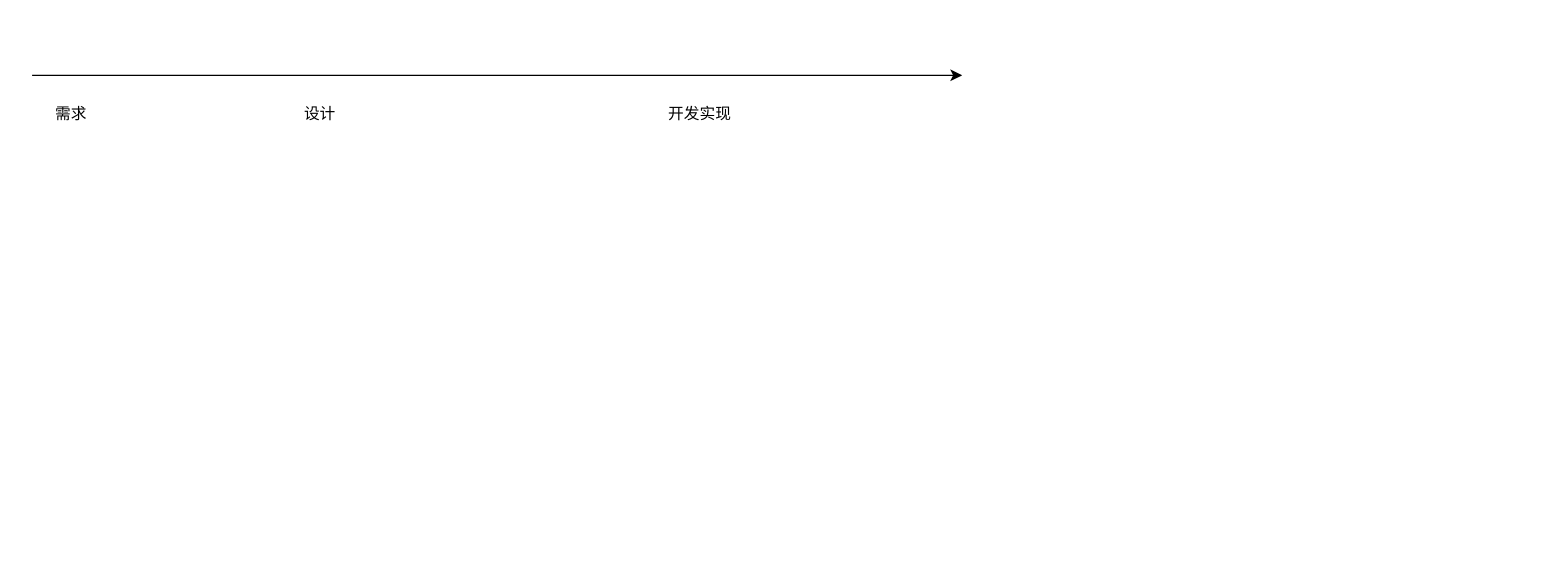
Earlier version of the draw.io diagram 开发设计流程.drawio (qozi/diagram). Source tidied: cells renumbered, new cells numbered last; positions are measured from the earlier drawing's top-left corner, leaving out a move shared by most shapes. Both pictures are drawn from the tidied source at 131%, with x=0, y=0 at pixel (31, 75).
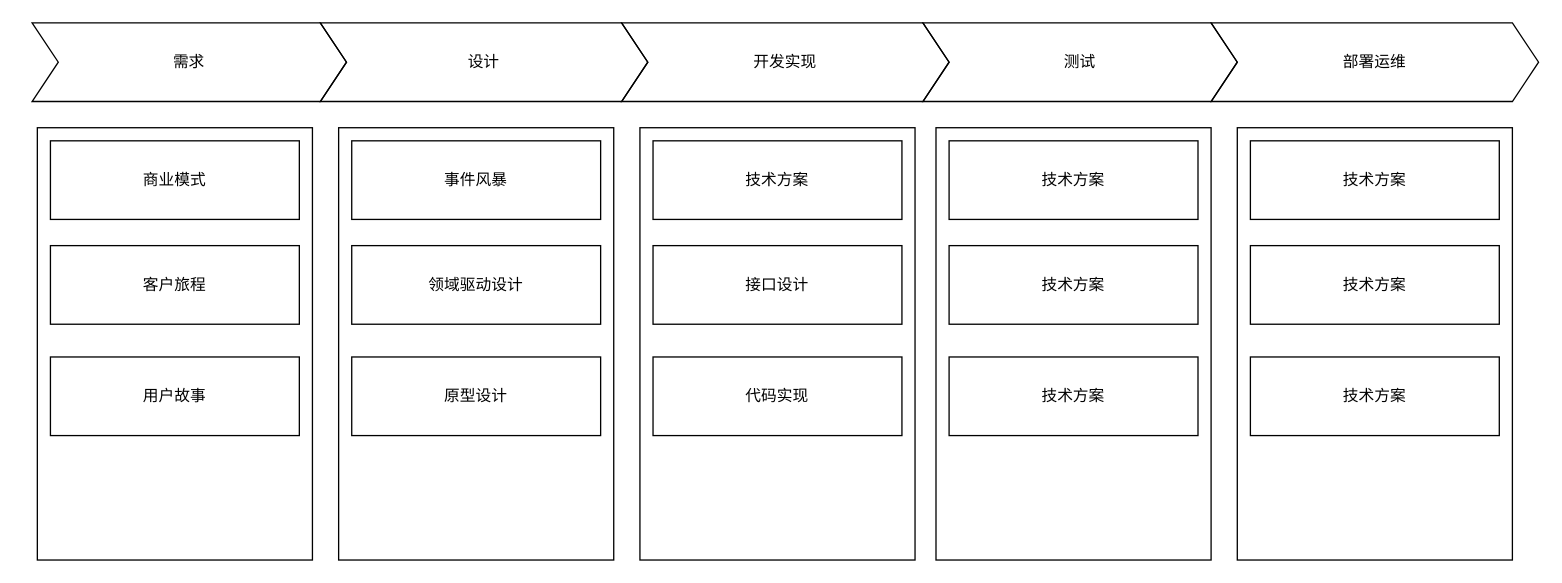
The same diagram, later.

Commit message:
更新开发设计流程.drawio

Change to the diagram source:
```diff
@@
-    <mxCell id="2" style="endArrow=classic;html=1;" parent="1" edge="1">
-      <mxGeometry relative="1" as="geometry">
-        <mxPoint as="sourcePoint" />
-        <mxPoint x="710" as="targetPoint" />
-      </mxGeometry>
-    </mxCell>
+    <mxCell id="6" style="rounded=0;whiteSpace=wrap;html=1;fillColor=none;" parent="1" vertex="1">
+      <mxGeometry x="4" y="40" width="210" height="330" as="geometry" />
+    </mxCell>
+    <mxCell id="7" style="rounded=0;whiteSpace=wrap;html=1;fillColor=none;" parent="1" vertex="1">
+      <mxGeometry x="234" y="40" width="210" height="330" as="geometry" />
+    </mxCell>
+    <mxCell id="8" style="rounded=0;whiteSpace=wrap;html=1;fillColor=none;" parent="1" vertex="1">
+      <mxGeometry x="464" y="40" width="210" height="330" as="geometry" />
+    </mxCell>
+    <mxCell id="9" value="客户旅程" style="rounded=0;whiteSpace=wrap;html=1;fillColor=none;" parent="1" vertex="1">
+      <mxGeometry x="14" y="130" width="190" height="60" as="geometry" />
+    </mxCell>
+    <mxCell id="10" value="用户故事" style="rounded=0;whiteSpace=wrap;html=1;fillColor=none;" parent="1" vertex="1">
+      <mxGeometry x="14" y="215" width="190" height="60" as="geometry" />
+    </mxCell>
+    <mxCell id="11" value="事件风暴" style="rounded=0;whiteSpace=wrap;html=1;fillColor=none;" parent="1" vertex="1">
+      <mxGeometry x="244" y="50" width="190" height="60" as="geometry" />
+    </mxCell>
+    <mxCell id="12" value="领域驱动设计" style="rounded=0;whiteSpace=wrap;html=1;fillColor=none;" parent="1" vertex="1">
+      <mxGeometry x="244" y="130" width="190" height="60" as="geometry" />
+    </mxCell>
+    <mxCell id="13" value="原型设计" style="rounded=0;whiteSpace=wrap;html=1;fillColor=none;" parent="1" vertex="1">
+      <mxGeometry x="244" y="215" width="190" height="60" as="geometry" />
+    </mxCell>
+    <mxCell id="14" value="技术方案" style="rounded=0;whiteSpace=wrap;html=1;fillColor=none;" parent="1" vertex="1">
+      <mxGeometry x="474" y="50" width="190" height="60" as="geometry" />
+    </mxCell>
+    <mxCell id="15" value="接口设计" style="rounded=0;whiteSpace=wrap;html=1;fillColor=none;" parent="1" vertex="1">
+      <mxGeometry x="474" y="130" width="190" height="60" as="geometry" />
+    </mxCell>
+    <mxCell id="16" value="代码实现" style="rounded=0;whiteSpace=wrap;html=1;fillColor=none;" parent="1" vertex="1">
+      <mxGeometry x="474" y="215" width="190" height="60" as="geometry" />
+    </mxCell>
+    <mxCell id="17" value="商业模式" style="rounded=0;whiteSpace=wrap;html=1;fillColor=none;" parent="1" vertex="1">
+      <mxGeometry x="14" y="50" width="190" height="60" as="geometry" />
+    </mxCell>
-    <mxCell id="3" value="需求" style="text;html=1;strokeColor=none;fillColor=none;align=center;verticalAlign=middle;whiteSpace=wrap;rounded=0;" parent="1" vertex="1">
-      <mxGeometry x="10" y="20" width="40" height="20" as="geometry" />
+    <mxCell id="3" value="需求" style="shape=step;perimeter=stepPerimeter;whiteSpace=wrap;html=1;fixedSize=1;fillColor=none;align=center;size=20;" parent="1" vertex="1">
+      <mxGeometry y="-40" width="240" height="60" as="geometry" />
     </mxCell>
-    <mxCell id="4" value="设计" style="text;html=1;strokeColor=none;fillColor=none;align=center;verticalAlign=middle;whiteSpace=wrap;rounded=0;" parent="1" vertex="1">
-      <mxGeometry x="200" y="20" width="40" height="20" as="geometry" />
+    <mxCell id="4" value="设计" style="shape=step;perimeter=stepPerimeter;whiteSpace=wrap;html=1;fixedSize=1;fillColor=none;align=center;" parent="1" vertex="1">
+      <mxGeometry x="220" y="-40" width="250" height="60" as="geometry" />
     </mxCell>
-    <mxCell id="5" value="开发实现" style="text;html=1;strokeColor=none;fillColor=none;align=center;verticalAlign=middle;whiteSpace=wrap;rounded=0;" parent="1" vertex="1">
-      <mxGeometry x="470" y="20" width="80" height="20" as="geometry" />
+    <mxCell id="5" value="开发实现" style="shape=step;perimeter=stepPerimeter;whiteSpace=wrap;html=1;fixedSize=1;fillColor=none;align=center;size=20;" parent="1" vertex="1">
+      <mxGeometry x="450" y="-40" width="250" height="60" as="geometry" />
     </mxCell>
+    <mxCell id="18" value="测试" style="shape=step;perimeter=stepPerimeter;whiteSpace=wrap;html=1;fixedSize=1;fillColor=none;align=center;size=20;" parent="1" vertex="1">
+      <mxGeometry x="680" y="-40" width="240" height="60" as="geometry" />
+    </mxCell>
+    <mxCell id="19" value="部署运维" style="shape=step;perimeter=stepPerimeter;whiteSpace=wrap;html=1;fixedSize=1;fillColor=none;align=center;size=20;" parent="1" vertex="1">
+      <mxGeometry x="900" y="-40" width="250" height="60" as="geometry" />
+    </mxCell>
+    <mxCell id="20" style="rounded=0;whiteSpace=wrap;html=1;fillColor=none;" parent="1" vertex="1">
+      <mxGeometry x="690" y="40" width="210" height="330" as="geometry" />
+    </mxCell>
+    <mxCell id="21" value="技术方案" style="rounded=0;whiteSpace=wrap;html=1;fillColor=none;" parent="1" vertex="1">
+      <mxGeometry x="700" y="50" width="190" height="60" as="geometry" />
+    </mxCell>
+    <mxCell id="22" value="技术方案" style="rounded=0;whiteSpace=wrap;html=1;fillColor=none;" parent="1" vertex="1">
+      <mxGeometry x="700" y="130" width="190" height="60" as="geometry" />
+    </mxCell>
+    <mxCell id="23" value="技术方案" style="rounded=0;whiteSpace=wrap;html=1;fillColor=none;" parent="1" vertex="1">
+      <mxGeometry x="700" y="215" width="190" height="60" as="geometry" />
+    </mxCell>
+    <mxCell id="24" style="rounded=0;whiteSpace=wrap;html=1;fillColor=none;" parent="1" vertex="1">
+      <mxGeometry x="920" y="40" width="210" height="330" as="geometry" />
+    </mxCell>
+    <mxCell id="25" value="技术方案" style="rounded=0;whiteSpace=wrap;html=1;fillColor=none;" parent="1" vertex="1">
+      <mxGeometry x="930" y="50" width="190" height="60" as="geometry" />
+    </mxCell>
+    <mxCell id="26" value="技术方案" style="rounded=0;whiteSpace=wrap;html=1;fillColor=none;" parent="1" vertex="1">
+      <mxGeometry x="930" y="130" width="190" height="60" as="geometry" />
+    </mxCell>
+    <mxCell id="27" value="技术方案" style="rounded=0;whiteSpace=wrap;html=1;fillColor=none;" parent="1" vertex="1">
+      <mxGeometry x="930" y="215" width="190" height="60" as="geometry" />
+    </mxCell>
```
